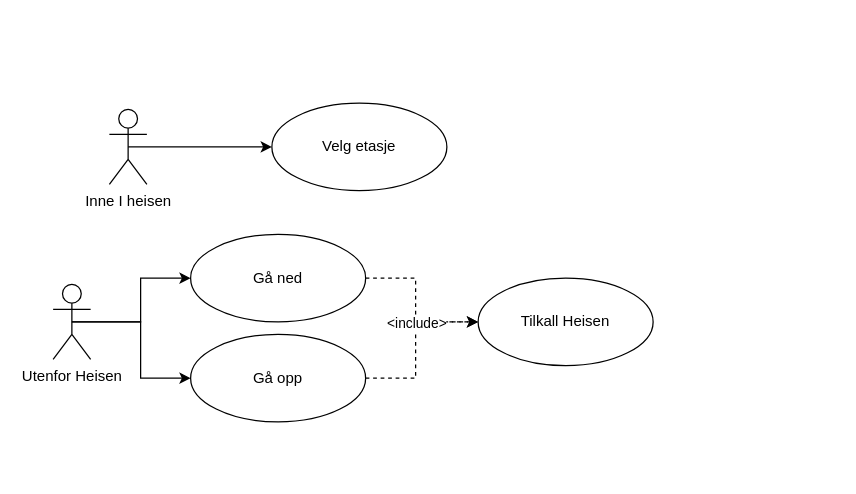
Above: plans/use_case.drawio in Wiacer/Heislab (draw.io), before the change. Source tidied: cells renumbered, new cells numbered last; positions are measured from the earlier drawing's top-left corner, leaving out a move shared by most shapes. Both pictures are drawn from the tidied source at 125%, with x=0, y=0 at pixel (52, 102).
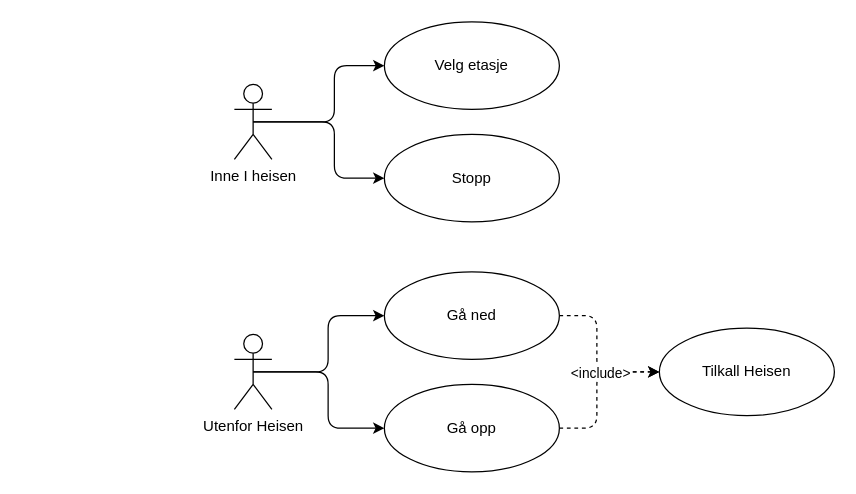
Above is the later version.

Diff of the diagram source:
```diff
@@
-    <mxCell id="2" style="edgeStyle=orthogonalEdgeStyle;rounded=0;jettySize=auto;html=1;exitX=0.5;exitY=0.5;exitDx=0;exitDy=0;exitPerimeter=0;entryX=0;entryY=0.5;entryDx=0;entryDy=0;" parent="1" edge="1" source="4" target="9">
+    <mxCell id="2" style="edgeStyle=orthogonalEdgeStyle;rounded=1;jettySize=auto;html=1;exitX=0.5;exitY=0.5;exitDx=0;exitDy=0;exitPerimeter=0;entryX=0;entryY=0.5;entryDx=0;entryDy=0;curved=0;" parent="1" edge="1" source="4" target="9">
       <mxGeometry relative="1" as="geometry" />
     </mxCell>
-    <mxCell id="3" style="edgeStyle=orthogonalEdgeStyle;rounded=0;jettySize=auto;html=1;exitX=0.5;exitY=0.5;exitDx=0;exitDy=0;exitPerimeter=0;entryX=0;entryY=0.5;entryDx=0;entryDy=0;" parent="1" edge="1" source="4" target="6">
+    <mxCell id="3" style="edgeStyle=orthogonalEdgeStyle;rounded=1;jettySize=auto;html=1;exitX=0.5;exitY=0.5;exitDx=0;exitDy=0;exitPerimeter=0;entryX=0;entryY=0.5;entryDx=0;entryDy=0;curved=0;" parent="1" edge="1" source="4" target="6">
       <mxGeometry relative="1" as="geometry" />
     </mxCell>
     <mxCell id="4" value="Utenfor Heisen" style="shape=umlActor;verticalLabelPosition=bottom;verticalAlign=top;html=1;" parent="1" vertex="1">
-      <mxGeometry y="145" width="30" height="60" as="geometry" />
+      <mxGeometry x="145" y="185" width="30" height="60" as="geometry" />
     </mxCell>
-    <mxCell id="5" style="edgeStyle=orthogonalEdgeStyle;rounded=0;jettySize=auto;html=1;dashed=1;" parent="1" edge="1" source="6" target="10">
+    <mxCell id="5" style="edgeStyle=orthogonalEdgeStyle;rounded=1;jettySize=auto;html=1;dashed=1;curved=0;" parent="1" edge="1" source="6" target="10">
       <mxGeometry relative="1" as="geometry">
         <Array as="points">
-          <mxPoint x="290" y="140" />
-          <mxPoint x="290" y="175" />
+          <mxPoint x="435" y="170" />
+          <mxPoint x="435" y="215" />
         </Array>
       </mxGeometry>
     </mxCell>
     <mxCell id="6" value="Gå ned" style="ellipse;whiteSpace=wrap;html=1;" parent="1" vertex="1">
-      <mxGeometry x="110" y="105" width="140" height="70" as="geometry" />
+      <mxGeometry x="265" y="135" width="140" height="70" as="geometry" />
     </mxCell>
-    <mxCell id="7" style="edgeStyle=orthogonalEdgeStyle;rounded=0;jettySize=auto;html=1;entryX=0;entryY=0.5;entryDx=0;entryDy=0;dashed=1;" parent="1" edge="1" source="9" target="10">
+    <mxCell id="7" style="edgeStyle=orthogonalEdgeStyle;rounded=1;jettySize=auto;html=1;entryX=0;entryY=0.5;entryDx=0;entryDy=0;dashed=1;curved=0;" parent="1" edge="1" source="9" target="10">
       <mxGeometry relative="1" as="geometry">
         <Array as="points">
-          <mxPoint x="290" y="220" />
-          <mxPoint x="290" y="175" />
+          <mxPoint x="435" y="260" />
+          <mxPoint x="435" y="215" />
         </Array>
       </mxGeometry>
     </mxCell>
@@
     <mxCell id="9" value="Gå opp" style="ellipse;whiteSpace=wrap;html=1;" parent="1" vertex="1">
-      <mxGeometry x="110" y="185" width="140" height="70" as="geometry" />
+      <mxGeometry x="265" y="225" width="140" height="70" as="geometry" />
     </mxCell>
     <mxCell id="10" value="Tilkall Heisen" style="ellipse;whiteSpace=wrap;html=1;" parent="1" vertex="1">
-      <mxGeometry x="340" y="140" width="140" height="70" as="geometry" />
+      <mxGeometry x="485" y="180" width="140" height="70" as="geometry" />
     </mxCell>
+    <mxCell id="14" style="edgeStyle=elbowEdgeStyle;html=1;exitX=0.5;exitY=0.5;exitDx=0;exitDy=0;exitPerimeter=0;entryX=0;entryY=0.5;entryDx=0;entryDy=0;" parent="1" edge="1" source="12" target="15">
+      <mxGeometry relative="1" as="geometry">
+        <Array as="points">
+          <mxPoint x="225" y="35" />
+        </Array>
+      </mxGeometry>
+    </mxCell>
-    <mxCell id="11" style="edgeStyle=orthogonalEdgeStyle;rounded=0;jettySize=auto;html=1;exitX=0.5;exitY=0.5;exitDx=0;exitDy=0;exitPerimeter=0;entryX=0;entryY=0.5;entryDx=0;entryDy=0;" parent="1" edge="1" source="12" target="13">
-      <mxGeometry relative="1" as="geometry" />
+    <mxCell id="11" style="edgeStyle=elbowEdgeStyle;html=1;exitX=0.5;exitY=0.5;exitDx=0;exitDy=0;exitPerimeter=0;entryX=0;entryY=0.5;entryDx=0;entryDy=0;" parent="1" edge="1" source="12" target="13">
+      <mxGeometry relative="1" as="geometry">
+        <Array as="points">
+          <mxPoint x="225" y="-5" />
+        </Array>
+      </mxGeometry>
     </mxCell>
     <mxCell id="12" value="Inne I heisen" style="shape=umlActor;verticalLabelPosition=bottom;verticalAlign=top;html=1;" parent="1" vertex="1">
-      <mxGeometry x="45" y="5" width="30" height="60" as="geometry" />
+      <mxGeometry x="145" y="-15" width="30" height="60" as="geometry" />
     </mxCell>
     <mxCell id="13" value="Velg etasje" style="ellipse;whiteSpace=wrap;html=1;" parent="1" vertex="1">
-      <mxGeometry x="175" width="140" height="70" as="geometry" />
+      <mxGeometry x="265" y="-65" width="140" height="70" as="geometry" />
     </mxCell>
+    <mxCell id="15" value="Stopp" style="ellipse;whiteSpace=wrap;html=1;" parent="1" vertex="1">
+      <mxGeometry x="265" y="25" width="140" height="70" as="geometry" />
+    </mxCell>
```
